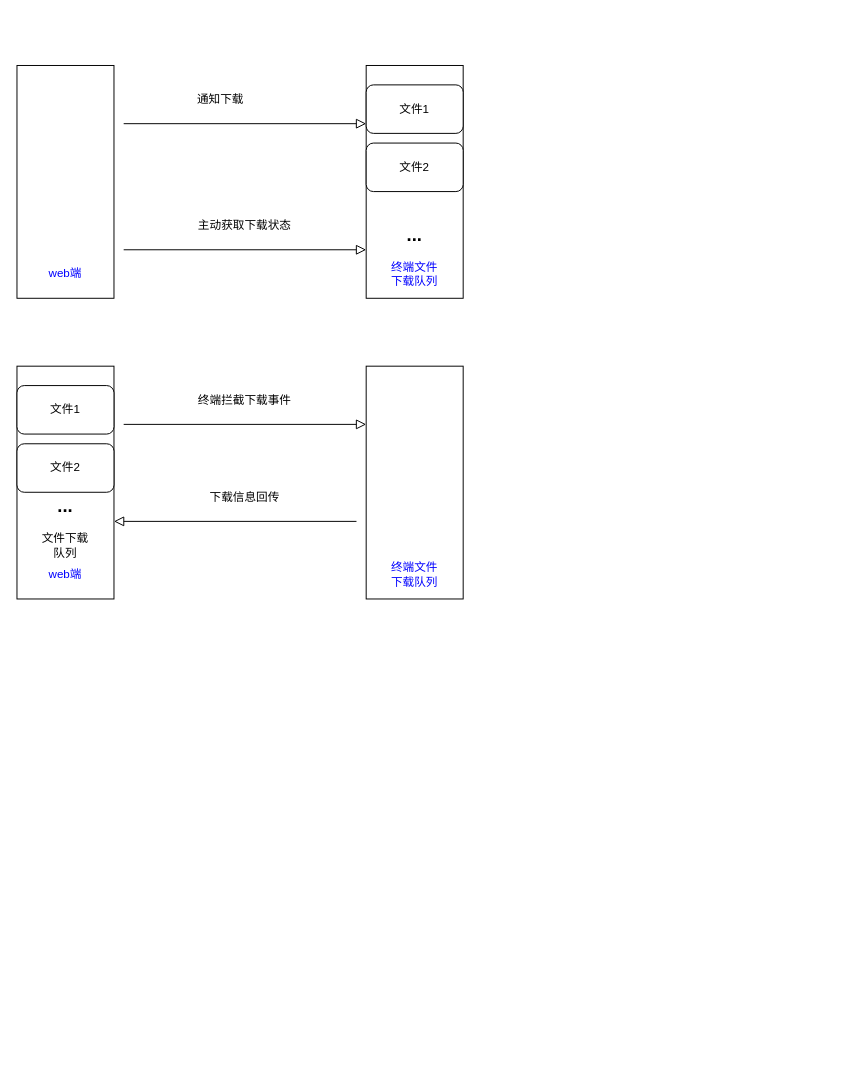
The draw.io diagram whiteboard/work/download.drawio in laterbuy/blogTalk, before the edit. Source tidied: cells renumbered, new cells numbered last; positions are measured from the earlier drawing's top-left corner, leaving out a move shared by most shapes. Both pictures are drawn from the tidied source at 97%, with x=0, y=0 at pixel (16, 65).
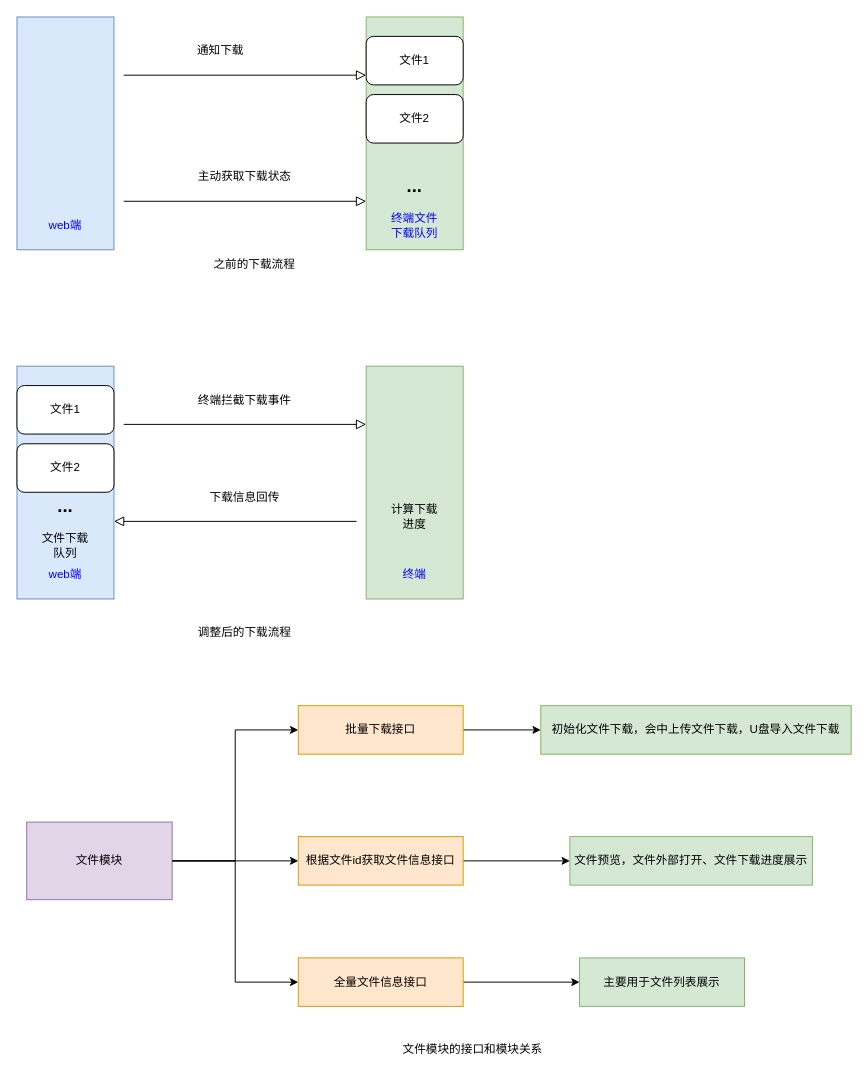
The same page after the edit.

The edit, as a diff of the source:
```diff
@@
-    <mxCell id="2" style="rounded=0;whiteSpace=wrap;html=1;" parent="1" vertex="1">
-      <mxGeometry width="100" height="240" as="geometry" />
+    <mxCell id="2" style="rounded=0;whiteSpace=wrap;html=1;fillColor=#dae8fc;strokeColor=#6c8ebf;" parent="1" vertex="1">
+      <mxGeometry y="-50" width="100" height="240" as="geometry" />
     </mxCell>
-    <mxCell id="3" style="rounded=0;whiteSpace=wrap;html=1;" parent="1" vertex="1">
-      <mxGeometry x="360" width="100" height="240" as="geometry" />
+    <mxCell id="3" style="rounded=0;whiteSpace=wrap;html=1;fillColor=#d5e8d4;strokeColor=#82b366;" parent="1" vertex="1">
+      <mxGeometry x="360" y="-50" width="100" height="240" as="geometry" />
     </mxCell>
     <mxCell id="4" value="文件1" style="rounded=1;whiteSpace=wrap;html=1;" parent="1" vertex="1">
-      <mxGeometry x="360" y="20" width="100" height="50" as="geometry" />
+      <mxGeometry x="360" y="-30" width="100" height="50" as="geometry" />
     </mxCell>
     <mxCell id="5" style="rounded=0;html=1;jettySize=auto;orthogonalLoop=1;fontSize=11;endArrow=block;endFill=0;endSize=8;strokeWidth=1;shadow=0;labelBackgroundColor=none;edgeStyle=orthogonalEdgeStyle;exitX=1;exitY=0.5;exitDx=0;exitDy=0;entryX=0;entryY=0.5;entryDx=0;entryDy=0;" parent="1" edge="1">
       <mxGeometry relative="1" as="geometry">
-        <mxPoint x="110" y="60" as="sourcePoint" />
-        <mxPoint x="360" y="60" as="targetPoint" />
+        <mxPoint x="110" y="10" as="sourcePoint" />
+        <mxPoint x="360" y="10" as="targetPoint" />
       </mxGeometry>
     </mxCell>
     <mxCell id="6" value="文件2" style="rounded=1;whiteSpace=wrap;html=1;" parent="1" vertex="1">
-      <mxGeometry x="360" y="80" width="100" height="50" as="geometry" />
+      <mxGeometry x="360" y="30" width="100" height="50" as="geometry" />
     </mxCell>
     <mxCell id="7" value="..." style="text;html=1;strokeColor=none;fillColor=none;align=center;verticalAlign=middle;whiteSpace=wrap;rounded=0;fontStyle=1;fontSize=19;" parent="1" vertex="1">
-      <mxGeometry x="380" y="160" width="60" height="30" as="geometry" />
+      <mxGeometry x="380" y="110" width="60" height="30" as="geometry" />
     </mxCell>
     <mxCell id="8" value="终端文件下载队列" style="text;html=1;strokeColor=none;fillColor=none;align=center;verticalAlign=middle;whiteSpace=wrap;rounded=0;fontColor=#0000FF;" parent="1" vertex="1">
-      <mxGeometry x="380" y="200" width="60" height="30" as="geometry" />
+      <mxGeometry x="380" y="150" width="60" height="30" as="geometry" />
     </mxCell>
     <mxCell id="9" value="web端" style="text;html=1;strokeColor=none;fillColor=none;align=center;verticalAlign=middle;whiteSpace=wrap;rounded=0;fontColor=#0000FF;" parent="1" vertex="1">
-      <mxGeometry x="20" y="200" width="60" height="30" as="geometry" />
+      <mxGeometry x="20" y="150" width="60" height="30" as="geometry" />
     </mxCell>
     <mxCell id="10" value="通知下载" style="text;html=1;strokeColor=none;fillColor=none;align=center;verticalAlign=middle;whiteSpace=wrap;rounded=0;" parent="1" vertex="1">
-      <mxGeometry x="180" y="20" width="60" height="30" as="geometry" />
+      <mxGeometry x="180" y="-30" width="60" height="30" as="geometry" />
     </mxCell>
-    <mxCell id="11" style="rounded=0;whiteSpace=wrap;html=1;" parent="1" vertex="1">
+    <mxCell id="11" style="rounded=0;whiteSpace=wrap;html=1;fillColor=#dae8fc;strokeColor=#6c8ebf;" parent="1" vertex="1">
       <mxGeometry y="310" width="100" height="240" as="geometry" />
     </mxCell>
-    <mxCell id="12" style="rounded=0;whiteSpace=wrap;html=1;" parent="1" vertex="1">
+    <mxCell id="12" style="rounded=0;whiteSpace=wrap;html=1;fillColor=#d5e8d4;strokeColor=#82b366;" parent="1" vertex="1">
       <mxGeometry x="360" y="310" width="100" height="240" as="geometry" />
     </mxCell>
@@
-    <mxCell id="17" value="终端文件下载队列" style="text;html=1;strokeColor=none;fillColor=none;align=center;verticalAlign=middle;whiteSpace=wrap;rounded=0;fontColor=#0000FF;" parent="1" vertex="1">
+    <mxCell id="17" value="终端" style="text;html=1;strokeColor=none;fillColor=none;align=center;verticalAlign=middle;whiteSpace=wrap;rounded=0;fontColor=#0000FF;" parent="1" vertex="1">
       <mxGeometry x="380" y="510" width="60" height="30" as="geometry" />
     </mxCell>
@@
     <mxCell id="23" value="主动获取下载状态" style="text;html=1;strokeColor=none;fillColor=none;align=center;verticalAlign=middle;whiteSpace=wrap;rounded=0;" parent="1" vertex="1">
-      <mxGeometry x="180" y="150" width="110" height="30" as="geometry" />
+      <mxGeometry x="180" y="100" width="110" height="30" as="geometry" />
     </mxCell>
     <mxCell id="24" style="rounded=0;html=1;jettySize=auto;orthogonalLoop=1;fontSize=11;endArrow=block;endFill=0;endSize=8;strokeWidth=1;shadow=0;labelBackgroundColor=none;edgeStyle=orthogonalEdgeStyle;exitX=1;exitY=0.5;exitDx=0;exitDy=0;entryX=0;entryY=0.5;entryDx=0;entryDy=0;" parent="1" edge="1">
       <mxGeometry relative="1" as="geometry">
-        <mxPoint x="110" y="190" as="sourcePoint" />
-        <mxPoint x="360" y="190" as="targetPoint" />
+        <mxPoint x="110" y="140" as="sourcePoint" />
+        <mxPoint x="360" y="140" as="targetPoint" />
       </mxGeometry>
     </mxCell>
+    <mxCell id="25" value="之前的下载流程" style="text;html=1;strokeColor=none;fillColor=none;align=center;verticalAlign=middle;whiteSpace=wrap;rounded=0;" parent="1" vertex="1">
+      <mxGeometry x="180" y="190" width="130" height="30" as="geometry" />
+    </mxCell>
+    <mxCell id="26" value="调整后的下载流程" style="text;html=1;strokeColor=none;fillColor=none;align=center;verticalAlign=middle;whiteSpace=wrap;rounded=0;" parent="1" vertex="1">
+      <mxGeometry x="170" y="570" width="130" height="30" as="geometry" />
+    </mxCell>
+    <mxCell id="27" value="文件模块的接口和模块关系" style="text;html=1;strokeColor=none;fillColor=none;align=center;verticalAlign=middle;whiteSpace=wrap;rounded=0;" parent="1" vertex="1">
+      <mxGeometry x="360" y="1000" width="220" height="30" as="geometry" />
+    </mxCell>
+    <mxCell id="28" style="edgeStyle=orthogonalEdgeStyle;rounded=0;jettySize=auto;html=1;entryX=0;entryY=0.5;entryDx=0;entryDy=0;" parent="1" edge="1" source="29" target="31">
+      <mxGeometry relative="1" as="geometry" />
+    </mxCell>
+    <mxCell id="29" value="文件模块" style="rounded=0;whiteSpace=wrap;html=1;fillColor=#e1d5e7;strokeColor=#9673a6;" parent="1" vertex="1">
+      <mxGeometry x="10" y="780" width="150" height="80" as="geometry" />
+    </mxCell>
+    <mxCell id="30" style="edgeStyle=orthogonalEdgeStyle;rounded=0;jettySize=auto;html=1;" parent="1" edge="1" source="31" target="40">
+      <mxGeometry relative="1" as="geometry" />
+    </mxCell>
+    <mxCell id="31" value="批量下载接口" style="rounded=0;whiteSpace=wrap;html=1;fillColor=#ffe6cc;strokeColor=#d79b00;" parent="1" vertex="1">
+      <mxGeometry x="290" y="660" width="170" height="50" as="geometry" />
+    </mxCell>
+    <mxCell id="32" style="edgeStyle=orthogonalEdgeStyle;rounded=0;jettySize=auto;html=1;" parent="1" edge="1" source="33" target="39">
+      <mxGeometry relative="1" as="geometry" />
+    </mxCell>
+    <mxCell id="33" value="根据文件id获取文件信息接口" style="rounded=0;whiteSpace=wrap;html=1;fillColor=#ffe6cc;strokeColor=#d79b00;" parent="1" vertex="1">
+      <mxGeometry x="290" y="795" width="170" height="50" as="geometry" />
+    </mxCell>
+    <mxCell id="34" style="edgeStyle=orthogonalEdgeStyle;rounded=0;jettySize=auto;html=1;" parent="1" edge="1" source="35" target="38">
+      <mxGeometry relative="1" as="geometry" />
+    </mxCell>
+    <mxCell id="35" value="全量文件信息接口" style="rounded=0;whiteSpace=wrap;html=1;fillColor=#ffe6cc;strokeColor=#d79b00;" parent="1" vertex="1">
+      <mxGeometry x="290" y="920" width="170" height="50" as="geometry" />
+    </mxCell>
+    <mxCell id="36" style="edgeStyle=orthogonalEdgeStyle;rounded=0;jettySize=auto;html=1;entryX=0;entryY=0.5;entryDx=0;entryDy=0;exitX=1;exitY=0.5;exitDx=0;exitDy=0;" parent="1" edge="1" source="29" target="33">
+      <mxGeometry relative="1" as="geometry" />
+    </mxCell>
+    <mxCell id="37" style="edgeStyle=orthogonalEdgeStyle;rounded=0;jettySize=auto;html=1;entryX=0;entryY=0.5;entryDx=0;entryDy=0;exitX=1;exitY=0.5;exitDx=0;exitDy=0;" parent="1" edge="1" source="29" target="35">
+      <mxGeometry relative="1" as="geometry" />
+    </mxCell>
+    <mxCell id="38" value="主要用于文件列表展示" style="rounded=0;whiteSpace=wrap;html=1;fillColor=#d5e8d4;strokeColor=#82b366;" parent="1" vertex="1">
+      <mxGeometry x="580" y="920" width="170" height="50" as="geometry" />
+    </mxCell>
+    <mxCell id="39" value="文件预览，文件外部打开、文件下载进度展示" style="rounded=0;whiteSpace=wrap;html=1;fillColor=#d5e8d4;strokeColor=#82b366;" parent="1" vertex="1">
+      <mxGeometry x="570" y="795" width="250" height="50" as="geometry" />
+    </mxCell>
+    <mxCell id="40" value="初始化文件下载，会中上传文件下载，U盘导入文件下载" style="rounded=0;whiteSpace=wrap;html=1;fillColor=#d5e8d4;strokeColor=#82b366;" parent="1" vertex="1">
+      <mxGeometry x="540" y="660" width="320" height="50" as="geometry" />
+    </mxCell>
+    <mxCell id="41" value="计算下载进度" style="text;html=1;strokeColor=none;fillColor=none;align=center;verticalAlign=middle;whiteSpace=wrap;rounded=0;" parent="1" vertex="1">
+      <mxGeometry x="380" y="450" width="60" height="30" as="geometry" />
+    </mxCell>
```
